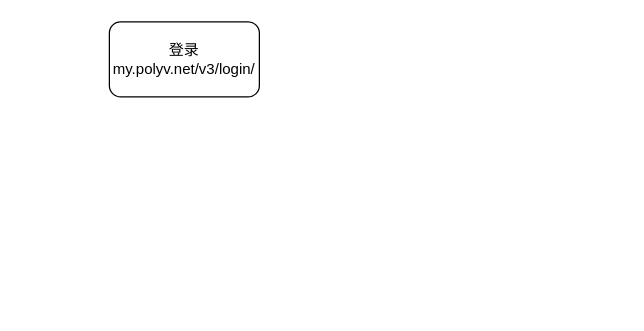
Before: 点播服务架构.drawio in deerio/draw-io, a draw.io diagram. Source tidied: cells renumbered, new cells numbered last; positions are measured from the earlier drawing's top-left corner, leaving out a move shared by most shapes. Both pictures are drawn from the tidied source at 125%, with x=0, y=0 at pixel (109, 21).
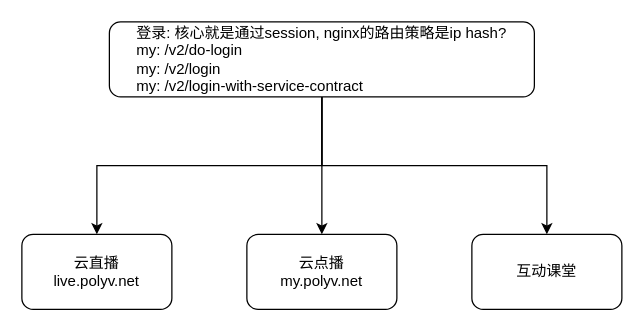
Above is the later version.

Commit message (it also covers changes not shown here):
更新点播服务架构.drawio

What changed in the source:
```diff
@@
 <mxGraphModel>
   <root>
     <mxCell id="0" />
     <mxCell id="1" parent="0" />
+    <mxCell id="3" style="edgeStyle=orthogonalEdgeStyle;rounded=0;jettySize=auto;html=1;" parent="1" edge="1" source="2" target="6">
+      <mxGeometry relative="1" as="geometry" />
+    </mxCell>
+    <mxCell id="4" style="edgeStyle=orthogonalEdgeStyle;rounded=0;jettySize=auto;html=1;exitX=0.5;exitY=1;exitDx=0;exitDy=0;entryX=0.5;entryY=0;entryDx=0;entryDy=0;" parent="1" edge="1" source="2" target="7">
+      <mxGeometry relative="1" as="geometry" />
+    </mxCell>
+    <mxCell id="5" style="edgeStyle=orthogonalEdgeStyle;rounded=0;jettySize=auto;html=1;exitX=0.5;exitY=1;exitDx=0;exitDy=0;" parent="1" edge="1" source="2" target="8">
+      <mxGeometry relative="1" as="geometry" />
+    </mxCell>
-    <mxCell id="2" value="登录&lt;br&gt;my.polyv.net/v3/login/" style="rounded=1;whiteSpace=wrap;html=1;" parent="1" vertex="1">
-      <mxGeometry width="120" height="60" as="geometry" />
+    <mxCell id="2" value="&lt;div style=&quot;text-align: left;&quot;&gt;&lt;span style=&quot;background-color: initial;&quot;&gt;登录: 核心就是通过session, nginx的路由策略是ip hash?&lt;/span&gt;&lt;/div&gt;&lt;div style=&quot;text-align: left;&quot;&gt;&lt;span style=&quot;background-color: initial;&quot;&gt;my: /v2/do-login&lt;/span&gt;&lt;/div&gt;&lt;div style=&quot;text-align: left;&quot;&gt;&lt;span style=&quot;background-color: initial;&quot;&gt;my: /v2/login&lt;/span&gt;&lt;/div&gt;&lt;div style=&quot;text-align: left;&quot;&gt;&lt;span style=&quot;background-color: initial;&quot;&gt;my: /v2/login-with-service-contract&lt;/span&gt;&lt;/div&gt;" style="rounded=1;whiteSpace=wrap;html=1;" parent="1" vertex="1">
+      <mxGeometry width="340" height="60" as="geometry" />
     </mxCell>
+    <mxCell id="6" value="云点播&lt;br&gt;my.polyv.net" style="rounded=1;whiteSpace=wrap;html=1;" parent="1" vertex="1">
+      <mxGeometry x="110" y="170" width="120" height="60" as="geometry" />
+    </mxCell>
+    <mxCell id="7" value="云直播&lt;br&gt;live.polyv.net" style="rounded=1;whiteSpace=wrap;html=1;" parent="1" vertex="1">
+      <mxGeometry x="-70" y="170" width="120" height="60" as="geometry" />
+    </mxCell>
+    <mxCell id="8" value="互动课堂" style="rounded=1;whiteSpace=wrap;html=1;" parent="1" vertex="1">
+      <mxGeometry x="290" y="170" width="120" height="60" as="geometry" />
+    </mxCell>
   </root>
 </mxGraphModel>
```
